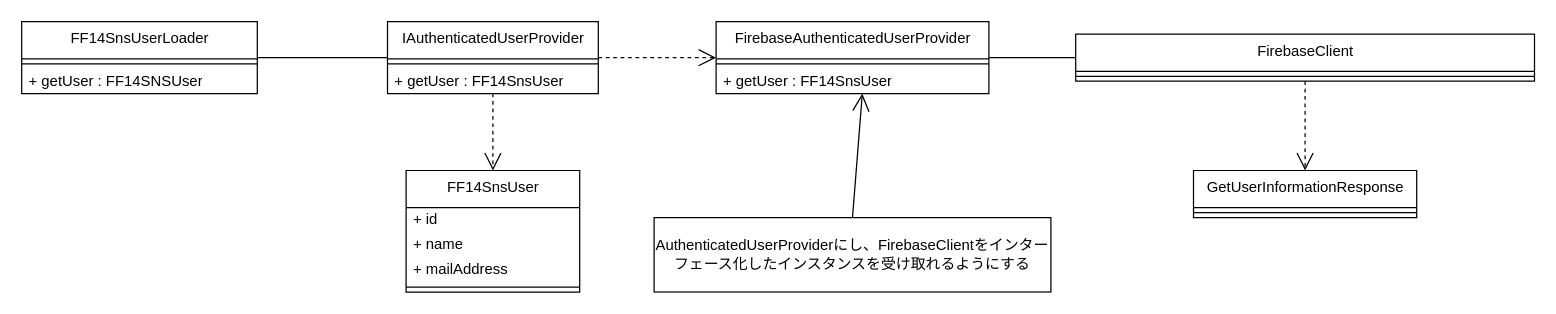
Mouwf/FF14SNS keeps this draw.io diagram as page "UserModule" (4 of 6) of ff14-sns.drawio. Above is the earlier version. Source tidied: cells renumbered, new cells numbered last; positions are measured from the earlier drawing's top-left corner, leaving out a move shared by most shapes. Both pictures are drawn from the tidied source at 124%, with x=0, y=0 at pixel (21, 21).
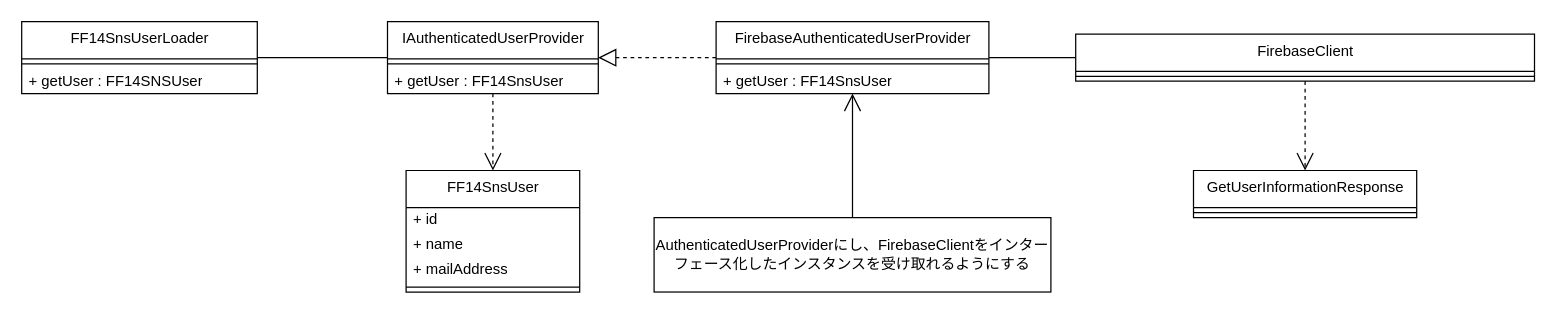
The same page after the edit.

The change refers to these unchanged cells:
```xml
<mxCell id="8" value="IAuthenticatedUserProvider" style="swimlane;fontStyle=0;align=center;verticalAlign=top;horizontal=1;startSize=30;html=1;" parent="1" vertex="1">
  <mxGeometry x="295" width="170" height="58" as="geometry" />
</mxCell>
<mxCell id="12" value="FirebaseAuthenticatedUserProvider" style="swimlane;fontStyle=0;align=center;verticalAlign=top;horizontal=1;startSize=30;html=1;" parent="1" vertex="1">
  <mxGeometry x="560" width="220" height="58" as="geometry" />
</mxCell>
<mxCell id="14" value="+ getUser : FF14SnsUser" style="text;html=1;strokeColor=none;fillColor=none;align=left;verticalAlign=middle;spacingLeft=4;spacingRight=4;overflow=hidden;points=[[0,0.5],[1,0.5]];portConstraint=eastwest;" parent="12" vertex="1">
  <mxGeometry y="38" width="220" height="20" as="geometry" />
</mxCell>
<mxCell id="25" value="AuthenticatedUserProviderにし、FirebaseClientをインターフェース化したインスタンスを受け取れるようにする" style="rounded=0;whiteSpace=wrap;html=1;" parent="1" vertex="1">
  <mxGeometry x="510" y="158" width="320" height="60" as="geometry" />
</mxCell>
```

Diff of the diagram source:
```diff
@@
-    <mxCell id="7" style="edgeStyle=none;html=1;exitX=1;exitY=0.5;exitDx=0;exitDy=0;dashed=1;endArrow=open;endFill=0;endSize=12;" parent="1" edge="1" source="8" target="12">
-      <mxGeometry relative="1" as="geometry" />
-    </mxCell>
@@
+    <mxCell id="27" style="edgeStyle=none;html=1;exitX=0;exitY=0.5;exitDx=0;exitDy=0;entryX=1;entryY=0.5;entryDx=0;entryDy=0;dashed=1;endArrow=block;endFill=0;endSize=12;" parent="1" edge="1" source="12" target="8">
+      <mxGeometry relative="1" as="geometry" />
+    </mxCell>
@@
-    <mxCell id="24" style="edgeStyle=none;html=1;exitX=0.5;exitY=0;exitDx=0;exitDy=0;entryX=0.536;entryY=1;entryDx=0;entryDy=0;endArrow=open;endFill=0;endSize=12;entryPerimeter=0;" parent="1" edge="1" source="25" target="14">
+    <mxCell id="24" style="edgeStyle=none;html=1;exitX=0.5;exitY=0;exitDx=0;exitDy=0;endArrow=open;endFill=0;endSize=12;" parent="1" edge="1" source="25" target="14">
       <mxGeometry relative="1" as="geometry" />
     </mxCell>
```
